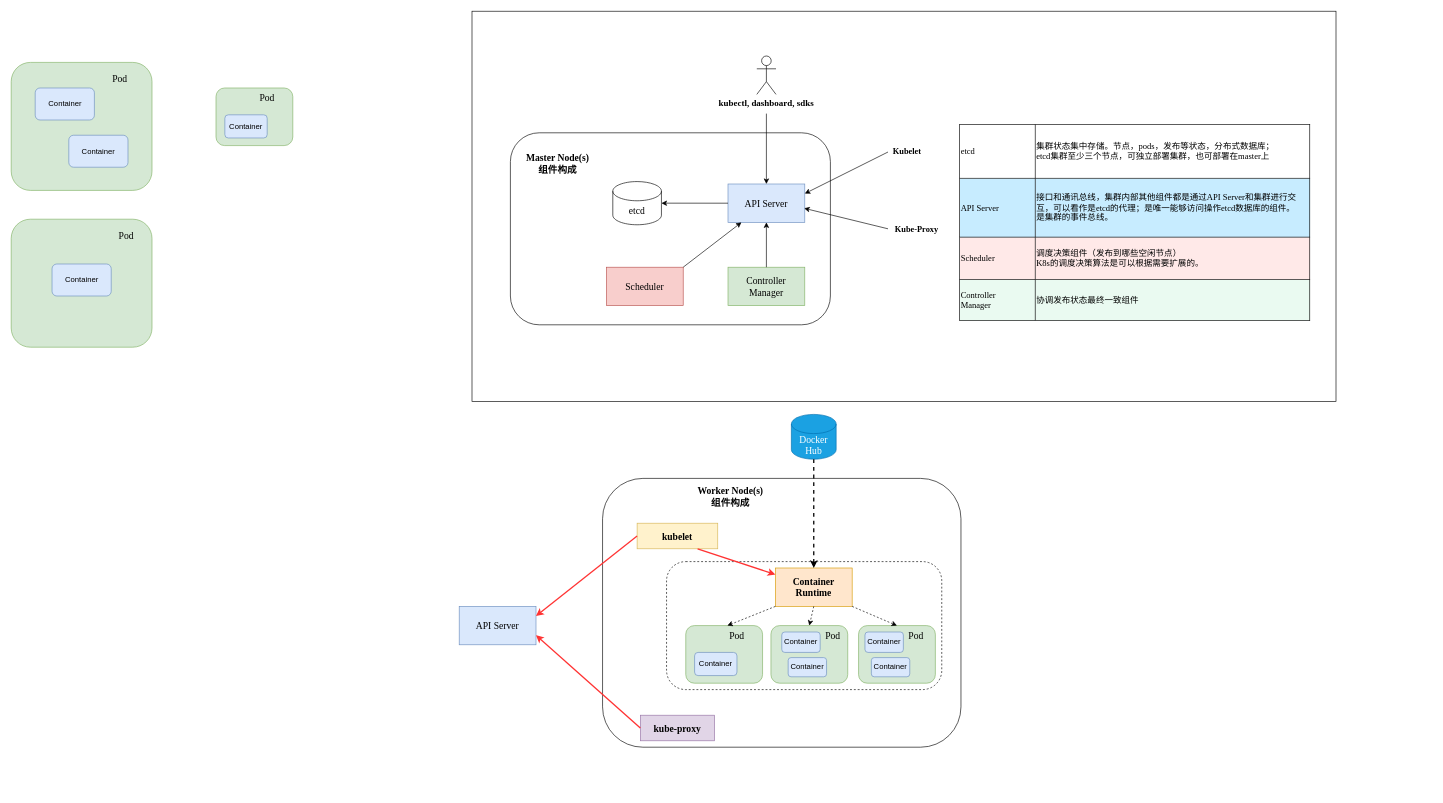
Earlier version of the draw.io diagram k8s.drawio (YingSi163/Effy). Source tidied: cells renumbered, new cells numbered last; positions are measured from the earlier drawing's top-left corner, leaving out a move shared by most shapes. Both pictures are drawn from the tidied source at 64%, with x=0, y=0 at pixel (11, 11).
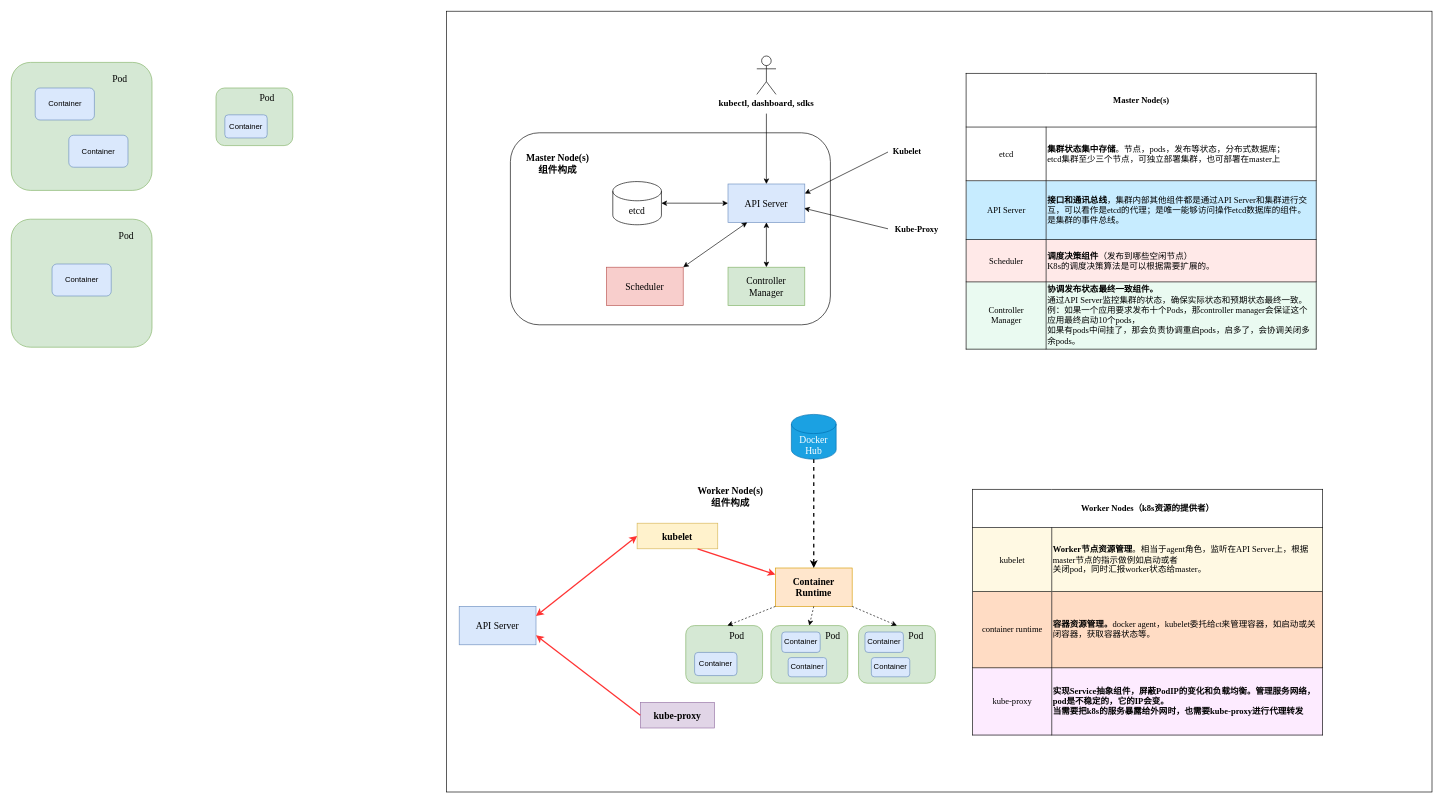
After the change.

Unchanged cells that the change refers to:
```xml
<mxCell id="9" value="etcd" style="shape=cylinder3;whiteSpace=wrap;html=1;boundedLbl=1;backgroundOutline=1;size=15;fontFamily=Times New Roman;fontSize=15;" parent="1" vertex="1">
  <mxGeometry x="940" y="266.2" width="76" height="67.5" as="geometry" />
</mxCell>
<mxCell id="10" value="API Server" style="rounded=0;whiteSpace=wrap;html=1;fontFamily=Times New Roman;fontSize=15;fillColor=#dae8fc;strokeColor=#6c8ebf;" parent="1" vertex="1">
  <mxGeometry x="1120" y="270" width="120" height="60" as="geometry" />
</mxCell>
<mxCell id="11" value="Controller&lt;br&gt;Manager" style="rounded=0;whiteSpace=wrap;html=1;fontFamily=Times New Roman;fontSize=15;fillColor=#d5e8d4;strokeColor=#82b366;" parent="1" vertex="1">
  <mxGeometry x="1120" y="400" width="120" height="60" as="geometry" />
</mxCell>
<mxCell id="12" value="Scheduler" style="rounded=0;whiteSpace=wrap;html=1;fontFamily=Times New Roman;fontSize=15;fillColor=#f8cecc;strokeColor=#b85450;" parent="1" vertex="1">
  <mxGeometry x="930" y="400" width="120" height="60" as="geometry" />
</mxCell>
<mxCell id="25" value="kubelet" style="rounded=0;whiteSpace=wrap;html=1;labelBackgroundColor=none;labelBorderColor=none;fontFamily=Times New Roman;fontSize=15;fontStyle=1;fillColor=#fff2cc;strokeColor=#d6b656;" parent="1" vertex="1">
  <mxGeometry x="978" y="800" width="126" height="40" as="geometry" />
</mxCell>
<mxCell id="53" value="API Server" style="rounded=0;whiteSpace=wrap;html=1;fontFamily=Times New Roman;fontSize=15;fillColor=#dae8fc;strokeColor=#6c8ebf;" parent="1" vertex="1">
  <mxGeometry x="700" y="930" width="120" height="60" as="geometry" />
</mxCell>
```

What changed in the source:
```diff
@@
     <mxCell id="4" style="rounded=0;whiteSpace=wrap;html=1;labelBackgroundColor=none;labelBorderColor=default;fontFamily=Times New Roman;fontSize=15;" parent="1" vertex="1">
-      <mxGeometry x="720" width="1350" height="610" as="geometry" />
+      <mxGeometry x="680" width="1540" height="1220" as="geometry" />
     </mxCell>
@@
-    <mxCell id="13" style="endArrow=classic;html=1;rounded=0;exitX=0;exitY=0.5;exitDx=0;exitDy=0;entryX=1;entryY=0.5;entryDx=0;entryDy=0;entryPerimeter=0;" parent="1" edge="1" source="10" target="9">
-      <mxGeometry relative="1" as="geometry" />
-    </mxCell>
-    <mxCell id="14" style="endArrow=classic;html=1;rounded=0;exitX=1;exitY=0;exitDx=0;exitDy=0;" parent="1" edge="1" source="12" target="10">
-      <mxGeometry relative="1" as="geometry" />
-    </mxCell>
-    <mxCell id="15" style="endArrow=classic;html=1;rounded=0;exitX=0.5;exitY=0;exitDx=0;exitDy=0;entryX=0.5;entryY=1;entryDx=0;entryDy=0;" parent="1" edge="1" source="11" target="10">
-      <mxGeometry relative="1" as="geometry" />
-    </mxCell>
@@
-    <mxCell id="23" value="&lt;table style=&quot;border-collapse:collapse&quot;&gt;&lt;colgroup&gt;&lt;col style=&quot;width: 139px;&quot; width=&quot;139&quot;&gt;&lt;col style=&quot;width: 564px;&quot; width=&quot;564&quot;&gt;&lt;/colgroup&gt;&lt;tbody&gt;&lt;tr style=&quot;mso-height-source:userset;height:84px;&quot; height=&quot;84&quot;&gt;&lt;td style=&quot;font-size:10pt;color:#000000;border-left: .5pt solid #000000;border-top: .5pt solid #000000;border-right: .5pt solid #000000;border-bottom: .5pt solid #000000;text-align:left;mso-number-format: 'General';&quot;&gt;&lt;font style=&quot;font-size:10pt;color:#000000;&quot;&gt;etcd&lt;/font&gt;&lt;/td&gt;&lt;td style=&quot;font-size: 10pt; color: rgb(0, 0, 0); border-width: 0.5pt; border-style: solid; border-color: rgb(0, 0, 0); text-align: left;&quot;&gt;&lt;font style=&quot;font-size:10pt;color:#000000;&quot;&gt;集群状态集中存储。节点，pods，发布等状态，分布式数据库；&lt;br style=&quot;mso-data-placement:same-cell;&quot;&gt;etcd集群至少三个节点，可独立部署集群，也可部署在master上&lt;/font&gt;&lt;/td&gt;&lt;/tr&gt;&lt;tr style=&quot;mso-height-source:userset;height:92px;&quot; height=&quot;92&quot;&gt;&lt;td style=&quot;background-color:#c7ecff;font-size:10pt;color:#000000;border-left: .5pt solid #000000;border-top: .5pt solid #000000;border-right: .5pt solid #000000;border-bottom: .5pt solid #000000;text-align:left;mso-number-format: 'General';&quot;&gt;&lt;font style=&quot;font-size:10pt;color:#000000;&quot;&gt;API Server&lt;/font&gt;&lt;/td&gt;&lt;td style=&quot;background-color: rgb(199, 236, 255); font-size: 10pt; color: rgb(0, 0, 0); border-width: 0.5pt; border-style: solid; border-color: rgb(0, 0, 0); text-align: left;&quot;&gt;&lt;font style=&quot;font-size:10pt;color:#000000;&quot;&gt;接口和通讯总线，集群内部其他组件都是通过API Server和集群进行交互，可以看作是etcd的代理；是唯一能够访问操作etcd数据库的组件。&lt;br style=&quot;mso-data-placement:same-cell;&quot;&gt;是集群的事件总线。&lt;/font&gt;&lt;/td&gt;&lt;/tr&gt;&lt;tr style=&quot;mso-height-source:userset;height:66px;&quot; height=&quot;66&quot;&gt;&lt;td style=&quot;background-color:#ffe9e8;font-size:10pt;color:#000000;border-left: .5pt solid #000000;border-top: .5pt solid #000000;border-right: .5pt solid #000000;border-bottom: .5pt solid #000000;text-align:left;mso-number-format: 'General';&quot;&gt;&lt;font style=&quot;font-size:10pt;color:#000000;&quot;&gt;Scheduler&lt;/font&gt;&lt;/td&gt;&lt;td style=&quot;background-color: rgb(255, 233, 232); font-size: 10pt; color: rgb(0, 0, 0); border-width: 0.5pt; border-style: solid; border-color: rgb(0, 0, 0); text-align: left;&quot;&gt;&lt;font style=&quot;font-size:10pt;color:#000000;&quot;&gt;调度决策组件（发布到哪些空闲节点）&lt;br style=&quot;mso-data-placement:same-cell;&quot;&gt;K8s的调度决策算法是可以根据需要扩展的。&lt;/font&gt;&lt;/td&gt;&lt;/tr&gt;&lt;tr style=&quot;mso-height-source:userset;height:64px;&quot; height=&quot;64&quot;&gt;&lt;td style=&quot;background-color: rgb(234, 250, 241); font-size: 10pt; color: rgb(0, 0, 0); border-width: 0.5pt; border-style: solid; border-color: rgb(0, 0, 0); text-align: left;&quot;&gt;&lt;font style=&quot;font-size:10pt;color:#000000;&quot;&gt;Controller &lt;br style=&quot;mso-data-placement:same-cell;&quot;&gt;Manager&lt;/font&gt;&lt;/td&gt;&lt;td style=&quot;background-color:#eafaf1;font-size:10pt;color:#000000;border-left: .5pt solid #000000;border-top: .5pt solid #000000;border-right: .5pt solid #000000;border-bottom: .5pt solid #000000;text-align:left;mso-number-format: 'General';&quot;&gt;&lt;font style=&quot;font-size:10pt;color:#000000;&quot;&gt;协调发布状态最终一致组件&lt;/font&gt;&lt;/td&gt;&lt;/tr&gt;&lt;/tbody&gt;&lt;/table&gt;" style="text;whiteSpace=wrap;html=1;fontSize=15;fontFamily=Times New Roman;" parent="1" vertex="1">
-      <mxGeometry x="1480" y="170" width="550" height="320" as="geometry" />
-    </mxCell>
@@
     <mxCell id="27" value="kube-proxy" style="rounded=0;whiteSpace=wrap;html=1;labelBackgroundColor=none;labelBorderColor=none;fontFamily=Times New Roman;fontSize=15;fontStyle=1;fillColor=#e1d5e7;strokeColor=#9673a6;" parent="1" vertex="1">
-      <mxGeometry x="983" y="1100" width="116" height="40" as="geometry" />
+      <mxGeometry x="983" y="1080" width="116" height="40" as="geometry" />
     </mxCell>
@@
-    <mxCell id="54" style="endArrow=classic;html=1;rounded=0;fontFamily=Times New Roman;fontSize=15;exitX=0;exitY=0.5;exitDx=0;exitDy=0;strokeColor=#FF3333;strokeWidth=2;entryX=1;entryY=0.25;entryDx=0;entryDy=0;" parent="1" edge="1" source="25" target="53">
-      <mxGeometry relative="1" as="geometry" />
-    </mxCell>
@@
+    <mxCell id="15" style="endArrow=classic;startArrow=classic;html=1;rounded=0;fontFamily=Times New Roman;fontSize=15;strokeColor=#000000;strokeWidth=1;entryX=0.5;entryY=1;entryDx=0;entryDy=0;exitX=0.5;exitY=0;exitDx=0;exitDy=0;" parent="1" edge="1" source="11" target="10">
+      <mxGeometry relative="1" as="geometry" />
+    </mxCell>
+    <mxCell id="14" style="endArrow=classic;startArrow=classic;html=1;rounded=0;fontFamily=Times New Roman;fontSize=15;strokeColor=#000000;strokeWidth=1;entryX=0.25;entryY=1;entryDx=0;entryDy=0;exitX=1;exitY=0;exitDx=0;exitDy=0;" parent="1" edge="1" source="12" target="10">
+      <mxGeometry relative="1" as="geometry" />
+    </mxCell>
+    <mxCell id="56" style="endArrow=classic;startArrow=classic;html=1;rounded=0;fontFamily=Times New Roman;fontSize=15;strokeColor=#000000;strokeWidth=1;exitX=1;exitY=0.5;exitDx=0;exitDy=0;exitPerimeter=0;entryX=0;entryY=0.5;entryDx=0;entryDy=0;" parent="1" edge="1" source="9" target="10">
+      <mxGeometry relative="1" as="geometry" />
+    </mxCell>
+    <mxCell id="57" style="endArrow=classic;startArrow=classic;html=1;rounded=0;fontFamily=Times New Roman;fontSize=15;strokeColor=#FF3333;strokeWidth=2;exitX=1;exitY=0.25;exitDx=0;exitDy=0;entryX=0;entryY=0.5;entryDx=0;entryDy=0;" parent="1" edge="1" source="53" target="25">
+      <mxGeometry relative="1" as="geometry" />
+    </mxCell>
+    <mxCell id="58" value="&lt;table style=&quot;border-collapse:collapse&quot;&gt;&lt;colgroup&gt;&lt;col style=&quot;width: 163px;&quot; width=&quot;163&quot;&gt;&lt;col style=&quot;width: 627px;&quot; width=&quot;627&quot;&gt;&lt;/colgroup&gt;&lt;tbody&gt;&lt;tr style=&quot;mso-height-source:userset;height:84px;&quot; height=&quot;84&quot;&gt;&lt;td style=&quot;font-size:10pt;font-weight:bold;color:#000000;border-left: .5pt solid #000000;border-top: .5pt solid #000000;border-right: .5pt solid #000000;border-bottom: .5pt solid #000000;text-align:center;mso-number-format: 'General';&quot; rowspan=&quot;1&quot; colspan=&quot;2&quot;&gt;&lt;font style=&quot;font-size:10pt;font-weight:bold;color:#000000;&quot;&gt;Master Node(s)&lt;/font&gt;&lt;/td&gt;&lt;/tr&gt;&lt;tr style=&quot;mso-height-source:userset;height:84px;&quot; height=&quot;84&quot;&gt;&lt;td style=&quot;font-size:10pt;color:#000000;border-left: .5pt solid #000000;border-right: .5pt solid #000000;border-bottom: .5pt solid #000000;text-align:center;mso-number-format: 'General';&quot;&gt;&lt;font style=&quot;font-size:10pt;color:#000000;&quot;&gt;etcd&lt;/font&gt;&lt;/td&gt;&lt;td style=&quot;font-size: 10pt; color: rgb(0, 0, 0); border-left: 0.5pt solid rgb(0, 0, 0); border-right: 0.5pt solid rgb(0, 0, 0); border-bottom: 0.5pt solid rgb(0, 0, 0); text-align: left;&quot;&gt;&lt;font style=&quot;font-size:10pt;font-weight:bold;color:#000000;&quot;&gt;集群状态集中存储&lt;/font&gt;&lt;font style=&quot;font-size:10pt;color:#000000;&quot;&gt;。节点，pods，发布等状态，分布式数据库；&lt;br style=&quot;mso-data-placement:same-cell;&quot;&gt;etcd集群至少三个节点，可独立部署集群，也可部署在master上&lt;/font&gt;&lt;/td&gt;&lt;/tr&gt;&lt;tr style=&quot;mso-height-source:userset;height:92px;&quot; height=&quot;92&quot;&gt;&lt;td style=&quot;background-color:#c7ecff;font-size:10pt;color:#000000;border-left: .5pt solid #000000;border-top: .5pt solid #000000;border-right: .5pt solid #000000;border-bottom: .5pt solid #000000;text-align:center;mso-number-format: 'General';&quot;&gt;&lt;font style=&quot;font-size:10pt;color:#000000;&quot;&gt;API Server&lt;/font&gt;&lt;/td&gt;&lt;td style=&quot;background-color: rgb(199, 236, 255); font-size: 10pt; color: rgb(0, 0, 0); border-width: 0.5pt; border-style: solid; border-color: rgb(0, 0, 0); text-align: left;&quot;&gt;&lt;font style=&quot;font-size:10pt;font-weight:bold;color:#000000;&quot;&gt;接口和通讯总线&lt;/font&gt;&lt;font style=&quot;font-size:10pt;color:#000000;&quot;&gt;，集群内部其他组件都是通过API Server和集群进行交互，可以看作是etcd的代理；是唯一能够访问操作etcd数据库的组件。&lt;br style=&quot;mso-data-placement:same-cell;&quot;&gt;是集群的事件总线。&lt;/font&gt;&lt;/td&gt;&lt;/tr&gt;&lt;tr style=&quot;mso-height-source:userset;height:66px;&quot; height=&quot;66&quot;&gt;&lt;td style=&quot;background-color:#ffe9e8;font-size:10pt;color:#000000;border-left: .5pt solid #000000;border-top: .5pt solid #000000;border-right: .5pt solid #000000;border-bottom: .5pt solid #000000;text-align:center;mso-number-format: 'General';&quot;&gt;&lt;font style=&quot;font-size:10pt;color:#000000;&quot;&gt;Scheduler&lt;/font&gt;&lt;/td&gt;&lt;td style=&quot;background-color: rgb(255, 233, 232); font-size: 10pt; color: rgb(0, 0, 0); border-width: 0.5pt; border-style: solid; border-color: rgb(0, 0, 0); text-align: left;&quot;&gt;&lt;font style=&quot;font-size:10pt;font-weight:bold;color:#000000;&quot;&gt;调度决策组件&lt;/font&gt;&lt;font style=&quot;font-size:10pt;color:#000000;&quot;&gt;（发布到哪些空闲节点）&lt;br style=&quot;mso-data-placement:same-cell;&quot;&gt;K8s的调度决策算法是可以根据需要扩展的。&lt;/font&gt;&lt;/td&gt;&lt;/tr&gt;&lt;tr style=&quot;mso-height-source:userset;height:105px;&quot; height=&quot;105&quot;&gt;&lt;td style=&quot;background-color: rgb(234, 250, 241); font-size: 10pt; color: rgb(0, 0, 0); border-width: 0.5pt; border-style: solid; border-color: rgb(0, 0, 0); text-align: center;&quot;&gt;&lt;font style=&quot;font-size:10pt;color:#000000;&quot;&gt;Controller &lt;br style=&quot;mso-data-placement:same-cell;&quot;&gt;Manager&lt;/font&gt;&lt;/td&gt;&lt;td style=&quot;background-color: rgb(234, 250, 241); font-size: 10pt; color: rgb(0, 0, 0); border-width: 0.5pt; border-style: solid; border-color: rgb(0, 0, 0); text-align: left;&quot;&gt;&lt;font style=&quot;font-size:10pt;font-weight:bold;color:#000000;&quot;&gt;协调发布状态最终一致组件。&lt;/font&gt;&lt;font style=&quot;font-size:10pt;color:#000000;&quot;&gt;&lt;br style=&quot;mso-data-placement:same-cell;&quot;&gt;通过API Server监控集群的状态，确保实际状态和预期状态最终一致。&lt;br style=&quot;mso-data-placement:same-cell;&quot;&gt;例：如果一个应用要求发布十个Pods，那controller manager会保证这个应用最终启动10个pods，&lt;br style=&quot;mso-data-placement:same-cell;&quot;&gt;如果有pods中间挂了，那会负责协调重启pods，启多了，会协调关闭多余pods。&lt;/font&gt;&lt;/td&gt;&lt;/tr&gt;&lt;/tbody&gt;&lt;/table&gt;" style="text;whiteSpace=wrap;html=1;fontSize=15;fontFamily=Times New Roman;" parent="1" vertex="1">
+      <mxGeometry x="1490" y="90" width="550" height="470" as="geometry" />
+    </mxCell>
+    <mxCell id="59" value="&lt;table style=&quot;border-collapse:collapse&quot;&gt;&lt;colgroup&gt;&lt;col style=&quot;width: 163px;&quot; width=&quot;163&quot;&gt;&lt;col style=&quot;width: 627px;&quot; width=&quot;627&quot;&gt;&lt;/colgroup&gt;&lt;tbody&gt;&lt;tr style=&quot;mso-height-source:userset;height:60px;&quot; height=&quot;60&quot;&gt;&lt;td style=&quot;font-size:10pt;font-weight:bold;color:#000000;border-left: .5pt solid #000000;border-top: .5pt solid #000000;border-right: .5pt solid #000000;border-bottom: .5pt solid #000000;text-align:center;mso-number-format: 'General';&quot; rowspan=&quot;1&quot; colspan=&quot;2&quot;&gt;&lt;font style=&quot;font-size:10pt;font-weight:bold;color:#000000;&quot;&gt;Worker Nodes（k8s资源的提供者）&lt;/font&gt;&lt;/td&gt;&lt;/tr&gt;&lt;tr style=&quot;mso-height-source:userset;height:100px;&quot; height=&quot;100&quot;&gt;&lt;td style=&quot;background-color:#fff9e3;font-size:10pt;color:#000000;border-left: .5pt solid #000000;border-top: .5pt solid #000000;border-right: .5pt solid #000000;text-align:center;mso-number-format: 'General';&quot;&gt;&lt;font style=&quot;font-size:10pt;color:#000000;&quot;&gt;kubelet&lt;/font&gt;&lt;/td&gt;&lt;td style=&quot;background-color: rgb(255, 249, 227); font-size: 10pt; color: rgb(0, 0, 0); border-left: 0.5pt solid rgb(0, 0, 0); border-top: 0.5pt solid rgb(0, 0, 0); border-right: 0.5pt solid rgb(0, 0, 0); text-align: left;&quot;&gt;&lt;font style=&quot;font-size:10pt;font-weight:bold;color:#000000;&quot;&gt;Worker节点资源管理&lt;/font&gt;&lt;font style=&quot;font-size:10pt;color:#000000;&quot;&gt;。相当于agent角色，监听在API Server上，根据master节点的指示做例如启动或者&lt;br style=&quot;mso-data-placement:same-cell;&quot;&gt;关闭pod，同时汇报worker状态给master。&lt;/font&gt;&lt;/td&gt;&lt;/tr&gt;&lt;tr style=&quot;mso-height-source:userset;height:119px;&quot; height=&quot;119&quot;&gt;&lt;td style=&quot;background-color:#ffdcc4;font-size:10pt;color:#000000;border-left: .5pt solid #000000;border-top: .5pt solid #000000;border-right: .5pt solid #000000;border-bottom: .5pt solid #000000;text-align:center;mso-number-format: 'General';&quot;&gt;&lt;font style=&quot;font-size:10pt;color:#000000;&quot;&gt;container runtime&lt;/font&gt;&lt;/td&gt;&lt;td style=&quot;background-color: rgb(255, 220, 196); font-size: 10pt; color: rgb(0, 0, 0); border-width: 0.5pt; border-style: solid; border-color: rgb(0, 0, 0); text-align: left;&quot;&gt;&lt;font style=&quot;font-weight: bold; font-size: 10pt; color: rgb(0, 0, 0);&quot;&gt;容器资源管理&lt;/font&gt;&lt;font style=&quot;font-size: 10pt; color: rgb(0, 0, 0);&quot;&gt;&lt;b&gt;。&lt;/b&gt;docker agent，kubelet委托给ct来管理容器，如启动或关闭容器，获取容器状态等。&lt;/font&gt;&lt;/td&gt;&lt;/tr&gt;&lt;tr style=&quot;mso-height-source:userset;height:105px;&quot; height=&quot;105&quot;&gt;&lt;td style=&quot;background-color:#fdebff;font-size:10pt;color:#000000;border-left: .5pt solid #000000;border-top: .5pt solid #000000;border-right: .5pt solid #000000;border-bottom: .5pt solid #000000;text-align:center;mso-number-format: 'General';&quot;&gt;&lt;font style=&quot;font-size:10pt;color:#000000;&quot;&gt;kube-proxy&lt;/font&gt;&lt;/td&gt;&lt;td style=&quot;background-color: rgb(253, 235, 255); font-size: 10pt; font-weight: bold; color: rgb(0, 0, 0); border-width: 0.5pt; border-style: solid; border-color: rgb(0, 0, 0); text-align: left;&quot;&gt;&lt;font style=&quot;font-size:10pt;font-weight:bold;color:#000000;&quot;&gt;实现Service抽象组件，屏蔽PodIP的变化和负载均衡。&lt;/font&gt;&lt;font style=&quot;font-size:10pt;color:#000000;&quot;&gt;管理服务网络，pod是不稳定的，它的IP会变。&lt;br style=&quot;mso-data-placement:same-cell;&quot;&gt;当需要把k8s的服务暴露给外网时，也需要kube-proxy进行代理转发&lt;/font&gt;&lt;/td&gt;&lt;/tr&gt;&lt;/tbody&gt;&lt;/table&gt;" style="text;whiteSpace=wrap;html=1;fontSize=15;fontFamily=Times New Roman;" parent="1" vertex="1">
+      <mxGeometry x="1500" y="740" width="550" height="400" as="geometry" />
+    </mxCell>
```
